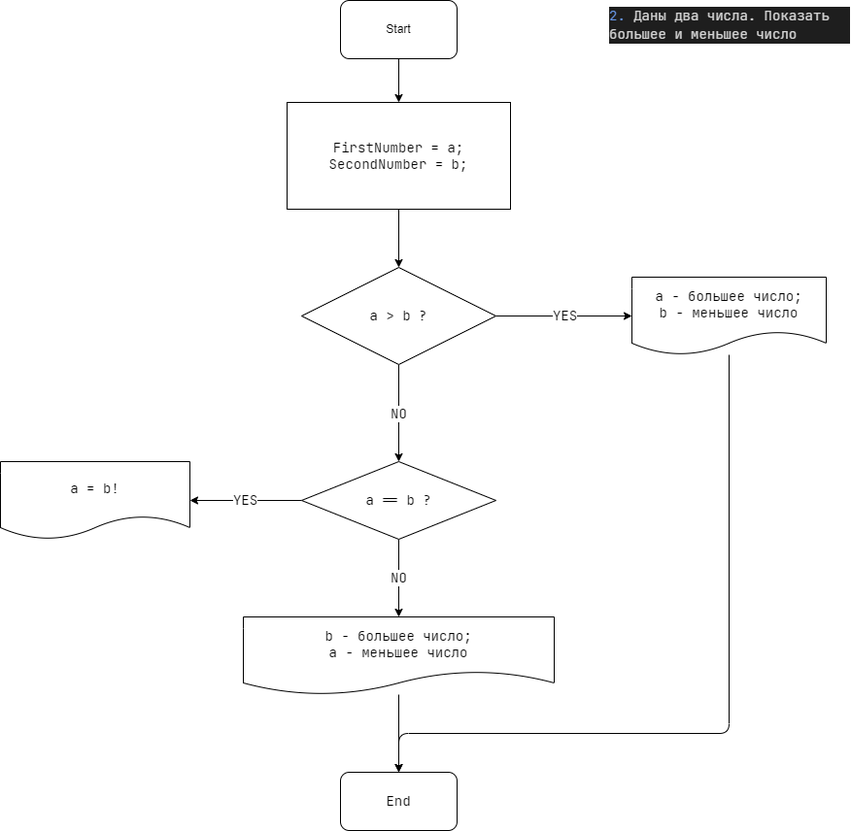
This is Csharp_seminar1/Homework/Task2_BiggerLesserNumber/Task2.drawio.png from Trofpa/ProgsCsharp, a draw.io export, as it was before one commit. Source tidied: cells renumbered, new cells last; positions are measured from the earlier drawing's top-left corner, leaving out a move shared by most shapes. Its diagram source:
```xml
<mxGraphModel>
  <root>
    <mxCell id="0" />
    <mxCell id="1" parent="0" />
    <mxCell id="2" value="&lt;div style=&quot;color: rgb(212, 212, 212); background-color: rgb(30, 30, 30); font-family: &amp;quot;jetbrains mono&amp;quot;, &amp;quot;jetbrains mono&amp;quot;, monospace, consolas, &amp;quot;courier new&amp;quot;, monospace; font-weight: normal; font-size: 14px; line-height: 19px;&quot;&gt;&lt;div&gt;&lt;span style=&quot;color: #6796e6&quot;&gt;2.&lt;/span&gt;&lt;span style=&quot;color: #d4d4d4&quot;&gt; Даны два числа. Показать большее и меньшее число&lt;/span&gt;&lt;/div&gt;&lt;/div&gt;" style="text;whiteSpace=wrap;html=1;" parent="1" vertex="1">
      <mxGeometry x="625" width="250" height="90" as="geometry" />
    </mxCell>
    <mxCell id="3" style="edgeStyle=none;html=1;fontFamily=JetBrains Mono;fontSize=14;" parent="1" edge="1" source="4" target="6">
      <mxGeometry relative="1" as="geometry" />
    </mxCell>
    <mxCell id="4" value="Start" style="rounded=1;whiteSpace=wrap;html=1;" parent="1" vertex="1">
      <mxGeometry x="350" width="120" height="60" as="geometry" />
    </mxCell>
    <mxCell id="5" style="edgeStyle=none;html=1;fontFamily=JetBrains Mono;fontSize=14;" parent="1" edge="1" source="6" target="9">
      <mxGeometry relative="1" as="geometry" />
    </mxCell>
    <mxCell id="6" value="FirstNumber = a;&lt;br&gt;SecondNumber = b;" style="rounded=0;whiteSpace=wrap;html=1;fontFamily=JetBrains Mono;fontSize=14;" parent="1" vertex="1">
      <mxGeometry x="295" y="105" width="230" height="110" as="geometry" />
    </mxCell>
    <mxCell id="7" value="YES" style="edgeStyle=none;html=1;exitX=1;exitY=0.5;exitDx=0;exitDy=0;entryX=0;entryY=0.5;entryDx=0;entryDy=0;fontFamily=JetBrains Mono;fontSize=14;" parent="1" edge="1" source="9" target="11">
      <mxGeometry relative="1" as="geometry" />
    </mxCell>
    <mxCell id="8" value="NO" style="edgeStyle=none;html=1;fontFamily=JetBrains Mono;fontSize=14;" parent="1" edge="1" source="9" target="17">
      <mxGeometry relative="1" as="geometry" />
    </mxCell>
    <mxCell id="9" value="a &amp;gt; b ?" style="rhombus;whiteSpace=wrap;html=1;fontFamily=JetBrains Mono;fontSize=14;" parent="1" vertex="1">
      <mxGeometry x="310" y="275" width="200" height="100" as="geometry" />
    </mxCell>
    <mxCell id="10" style="edgeStyle=none;html=1;fontFamily=JetBrains Mono;fontSize=14;entryX=0.5;entryY=0;entryDx=0;entryDy=0;" parent="1" edge="1" source="11" target="14">
      <mxGeometry relative="1" as="geometry">
        <Array as="points">
          <mxPoint x="750" y="755" />
          <mxPoint x="410" y="755" />
        </Array>
      </mxGeometry>
    </mxCell>
    <mxCell id="11" value="a - большее число;&lt;br&gt;b - меньшее число" style="shape=document;whiteSpace=wrap;html=1;boundedLbl=1;fontFamily=JetBrains Mono;fontSize=14;" parent="1" vertex="1">
      <mxGeometry x="650" y="285" width="200" height="80" as="geometry" />
    </mxCell>
    <mxCell id="12" style="edgeStyle=none;html=1;fontFamily=JetBrains Mono;fontSize=14;" parent="1" edge="1" source="13" target="14">
      <mxGeometry relative="1" as="geometry" />
    </mxCell>
    <mxCell id="13" value="&lt;span&gt;b - большее число;&lt;/span&gt;&lt;br&gt;&lt;span&gt;a - меньшее число&lt;/span&gt;" style="shape=document;whiteSpace=wrap;html=1;boundedLbl=1;fontFamily=JetBrains Mono;fontSize=14;" parent="1" vertex="1">
      <mxGeometry x="250" y="635" width="320" height="80" as="geometry" />
    </mxCell>
    <mxCell id="14" value="End" style="rounded=1;whiteSpace=wrap;html=1;fontFamily=JetBrains Mono;fontSize=14;" parent="1" vertex="1">
      <mxGeometry x="350" y="795" width="120" height="60" as="geometry" />
    </mxCell>
    <mxCell id="15" value="YES" style="edgeStyle=none;html=1;fontFamily=JetBrains Mono;fontSize=14;" parent="1" edge="1" source="17" target="18">
      <mxGeometry relative="1" as="geometry" />
    </mxCell>
    <mxCell id="16" value="NO" style="edgeStyle=none;html=1;fontFamily=JetBrains Mono;fontSize=14;" parent="1" edge="1" source="17" target="13">
      <mxGeometry relative="1" as="geometry" />
    </mxCell>
    <mxCell id="17" value="a == b ?" style="rhombus;whiteSpace=wrap;html=1;fontFamily=JetBrains Mono;fontSize=14;" parent="1" vertex="1">
      <mxGeometry x="310" y="475" width="200" height="80" as="geometry" />
    </mxCell>
    <mxCell id="18" value="a = b!" style="shape=document;whiteSpace=wrap;html=1;boundedLbl=1;fontFamily=JetBrains Mono;fontSize=14;" parent="1" vertex="1">
      <mxGeometry y="475" width="195" height="80" as="geometry" />
    </mxCell>
  </root>
</mxGraphModel>
```
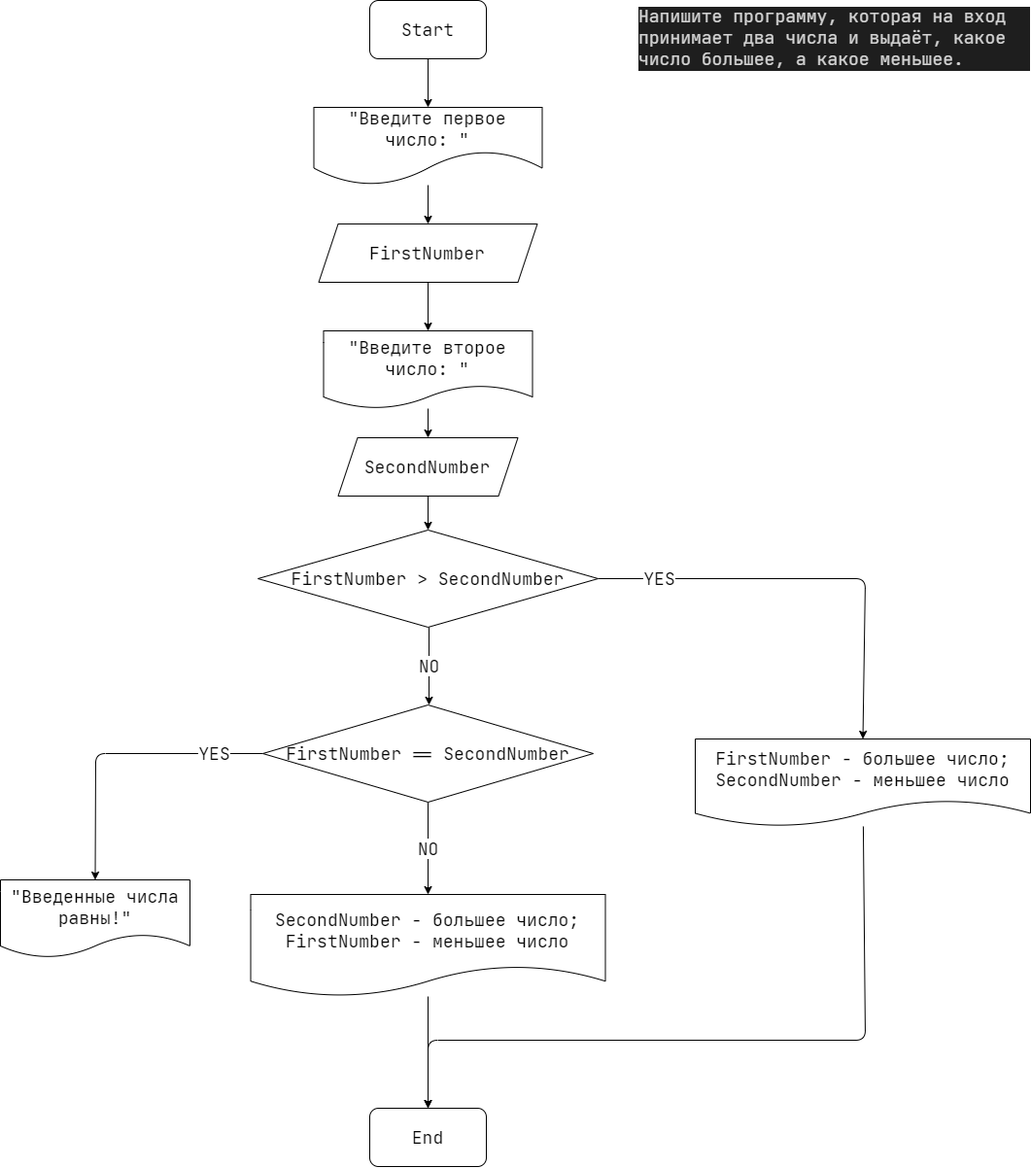
After the commit.

Commit message:
Task 2 block scheme updated

What changed in the source:
```diff
@@ -2,61 +2,91 @@
   <root>
     <mxCell id="0" />
     <mxCell id="1" parent="0" />
-    <mxCell id="2" value="&lt;div style=&quot;color: rgb(212, 212, 212); background-color: rgb(30, 30, 30); font-family: &amp;quot;jetbrains mono&amp;quot;, &amp;quot;jetbrains mono&amp;quot;, monospace, consolas, &amp;quot;courier new&amp;quot;, monospace; font-weight: normal; font-size: 14px; line-height: 19px;&quot;&gt;&lt;div&gt;&lt;span style=&quot;color: #6796e6&quot;&gt;2.&lt;/span&gt;&lt;span style=&quot;color: #d4d4d4&quot;&gt; Даны два числа. Показать большее и меньшее число&lt;/span&gt;&lt;/div&gt;&lt;/div&gt;" style="text;whiteSpace=wrap;html=1;" parent="1" vertex="1">
-      <mxGeometry x="625" width="250" height="90" as="geometry" />
+    <mxCell id="2" value="&lt;div style=&quot;color: rgb(212 , 212 , 212) ; background-color: rgb(30 , 30 , 30) ; font-family: &amp;#34;jetbrains mono&amp;#34; , &amp;#34;jetbrains mono&amp;#34; , monospace , &amp;#34;consolas&amp;#34; , &amp;#34;courier new&amp;#34; , monospace ; font-weight: normal ; line-height: 19px&quot;&gt;&lt;font style=&quot;font-size: 18px&quot;&gt;Напишите программу, которая на вход принимает два числа и выдаёт, какое число большее, а какое меньшее.&lt;/font&gt;&lt;br&gt;&lt;/div&gt;" style="text;whiteSpace=wrap;html=1;" parent="1" vertex="1">
+      <mxGeometry x="820" y="5" width="405" height="90" as="geometry" />
     </mxCell>
-    <mxCell id="3" style="edgeStyle=none;html=1;fontFamily=JetBrains Mono;fontSize=14;" parent="1" edge="1" source="4" target="6">
-      <mxGeometry relative="1" as="geometry" />
-    </mxCell>
+    <mxCell id="19" style="edgeStyle=none;html=1;" parent="1" edge="1" source="4" target="23">
+      <mxGeometry relative="1" as="geometry" />
+    </mxCell>
-    <mxCell id="4" value="Start" style="rounded=1;whiteSpace=wrap;html=1;" parent="1" vertex="1">
-      <mxGeometry x="350" width="120" height="60" as="geometry" />
+    <mxCell id="4" value="&lt;font style=&quot;font-size: 18px&quot; face=&quot;JetBrains Mono&quot;&gt;Start&lt;/font&gt;" style="rounded=1;whiteSpace=wrap;html=1;" parent="1" vertex="1">
+      <mxGeometry x="545" y="5" width="120" height="60" as="geometry" />
     </mxCell>
-    <mxCell id="5" style="edgeStyle=none;html=1;fontFamily=JetBrains Mono;fontSize=14;" parent="1" edge="1" source="6" target="9">
-      <mxGeometry relative="1" as="geometry" />
-    </mxCell>
-    <mxCell id="6" value="FirstNumber = a;&lt;br&gt;SecondNumber = b;" style="rounded=0;whiteSpace=wrap;html=1;fontFamily=JetBrains Mono;fontSize=14;" parent="1" vertex="1">
-      <mxGeometry x="295" y="105" width="230" height="110" as="geometry" />
-    </mxCell>
-    <mxCell id="7" value="YES" style="edgeStyle=none;html=1;exitX=1;exitY=0.5;exitDx=0;exitDy=0;entryX=0;entryY=0.5;entryDx=0;entryDy=0;fontFamily=JetBrains Mono;fontSize=14;" parent="1" edge="1" source="9" target="11">
-      <mxGeometry relative="1" as="geometry" />
+    <mxCell id="7" value="&lt;font style=&quot;font-size: 18px&quot;&gt;YES&lt;/font&gt;" style="edgeStyle=none;html=1;exitX=1;exitY=0.5;exitDx=0;exitDy=0;entryX=0.5;entryY=0;entryDx=0;entryDy=0;fontFamily=JetBrains Mono;fontSize=14;" parent="1" edge="1" source="9" target="11">
+      <mxGeometry x="-0.71" relative="1" as="geometry">
+        <Array as="points">
+          <mxPoint x="1055" y="600" />
+        </Array>
+      </mxGeometry>
     </mxCell>
-    <mxCell id="8" value="NO" style="edgeStyle=none;html=1;fontFamily=JetBrains Mono;fontSize=14;" parent="1" edge="1" source="9" target="17">
-      <mxGeometry relative="1" as="geometry" />
+    <mxCell id="8" value="&lt;font style=&quot;font-size: 18px&quot;&gt;NO&lt;/font&gt;" style="edgeStyle=none;html=1;fontFamily=JetBrains Mono;fontSize=14;" parent="1" edge="1">
+      <mxGeometry relative="1" as="geometry">
+        <mxPoint x="606" y="650" as="sourcePoint" />
+        <mxPoint x="606" y="730" as="targetPoint" />
+      </mxGeometry>
     </mxCell>
-    <mxCell id="9" value="a &amp;gt; b ?" style="rhombus;whiteSpace=wrap;html=1;fontFamily=JetBrains Mono;fontSize=14;" parent="1" vertex="1">
-      <mxGeometry x="310" y="275" width="200" height="100" as="geometry" />
+    <mxCell id="9" value="&lt;font style=&quot;font-size: 18px&quot;&gt;FirstNumber &amp;gt; SecondNumber&lt;/font&gt;" style="rhombus;whiteSpace=wrap;html=1;fontFamily=JetBrains Mono;fontSize=14;" parent="1" vertex="1">
+      <mxGeometry x="430" y="550" width="350" height="100" as="geometry" />
     </mxCell>
     <mxCell id="10" style="edgeStyle=none;html=1;fontFamily=JetBrains Mono;fontSize=14;entryX=0.5;entryY=0;entryDx=0;entryDy=0;" parent="1" edge="1" source="11" target="14">
       <mxGeometry relative="1" as="geometry">
         <Array as="points">
-          <mxPoint x="750" y="755" />
-          <mxPoint x="410" y="755" />
+          <mxPoint x="1055" y="1075" />
+          <mxPoint x="605" y="1075" />
         </Array>
       </mxGeometry>
     </mxCell>
-    <mxCell id="11" value="a - большее число;&lt;br&gt;b - меньшее число" style="shape=document;whiteSpace=wrap;html=1;boundedLbl=1;fontFamily=JetBrains Mono;fontSize=14;" parent="1" vertex="1">
-      <mxGeometry x="650" y="285" width="200" height="80" as="geometry" />
+    <mxCell id="11" value="&lt;font style=&quot;font-size: 18px&quot;&gt;FirstNumber - большее число;&lt;br&gt;SecondNumber - меньшее число&lt;/font&gt;" style="shape=document;whiteSpace=wrap;html=1;boundedLbl=1;fontFamily=JetBrains Mono;fontSize=14;" parent="1" vertex="1">
+      <mxGeometry x="880" y="765" width="345" height="90" as="geometry" />
     </mxCell>
     <mxCell id="12" style="edgeStyle=none;html=1;fontFamily=JetBrains Mono;fontSize=14;" parent="1" edge="1" source="13" target="14">
       <mxGeometry relative="1" as="geometry" />
     </mxCell>
-    <mxCell id="13" value="&lt;span&gt;b - большее число;&lt;/span&gt;&lt;br&gt;&lt;span&gt;a - меньшее число&lt;/span&gt;" style="shape=document;whiteSpace=wrap;html=1;boundedLbl=1;fontFamily=JetBrains Mono;fontSize=14;" parent="1" vertex="1">
-      <mxGeometry x="250" y="635" width="320" height="80" as="geometry" />
+    <mxCell id="13" value="&lt;font style=&quot;font-size: 18px&quot;&gt;SecondNumber&lt;span&gt;&amp;nbsp;- большее число;&lt;/span&gt;&lt;br&gt;FirstNumber&lt;span&gt;&amp;nbsp;- меньшее число&lt;/span&gt;&lt;/font&gt;" style="shape=document;whiteSpace=wrap;html=1;boundedLbl=1;fontFamily=JetBrains Mono;fontSize=14;" parent="1" vertex="1">
+      <mxGeometry x="422.5" y="925" width="365" height="105" as="geometry" />
     </mxCell>
-    <mxCell id="14" value="End" style="rounded=1;whiteSpace=wrap;html=1;fontFamily=JetBrains Mono;fontSize=14;" parent="1" vertex="1">
-      <mxGeometry x="350" y="795" width="120" height="60" as="geometry" />
+    <mxCell id="14" value="&lt;font style=&quot;font-size: 18px&quot;&gt;End&lt;/font&gt;" style="rounded=1;whiteSpace=wrap;html=1;fontFamily=JetBrains Mono;fontSize=14;" parent="1" vertex="1">
+      <mxGeometry x="545" y="1145" width="120" height="60" as="geometry" />
     </mxCell>
-    <mxCell id="15" value="YES" style="edgeStyle=none;html=1;fontFamily=JetBrains Mono;fontSize=14;" parent="1" edge="1" source="17" target="18">
-      <mxGeometry relative="1" as="geometry" />
+    <mxCell id="15" value="&lt;font style=&quot;font-size: 18px&quot;&gt;YES&lt;/font&gt;" style="edgeStyle=none;html=1;fontFamily=JetBrains Mono;fontSize=14;entryX=0.5;entryY=0;entryDx=0;entryDy=0;exitX=0;exitY=0.5;exitDx=0;exitDy=0;" parent="1" edge="1" source="17" target="18">
+      <mxGeometry x="-0.67" relative="1" as="geometry">
+        <Array as="points">
+          <mxPoint x="263" y="780" />
+        </Array>
+        <mxPoint x="-1" as="offset" />
+      </mxGeometry>
     </mxCell>
-    <mxCell id="16" value="NO" style="edgeStyle=none;html=1;fontFamily=JetBrains Mono;fontSize=14;" parent="1" edge="1" source="17" target="13">
+    <mxCell id="16" value="&lt;font style=&quot;font-size: 18px&quot;&gt;NO&lt;/font&gt;" style="edgeStyle=none;html=1;fontFamily=JetBrains Mono;fontSize=14;" parent="1" edge="1" source="17" target="13">
       <mxGeometry relative="1" as="geometry" />
     </mxCell>
-    <mxCell id="17" value="a == b ?" style="rhombus;whiteSpace=wrap;html=1;fontFamily=JetBrains Mono;fontSize=14;" parent="1" vertex="1">
-      <mxGeometry x="310" y="475" width="200" height="80" as="geometry" />
+    <mxCell id="17" value="&lt;font style=&quot;font-size: 18px&quot;&gt;FirstNumber&amp;nbsp;== SecondNumber&lt;/font&gt;" style="rhombus;whiteSpace=wrap;html=1;fontFamily=JetBrains Mono;fontSize=14;" parent="1" vertex="1">
+      <mxGeometry x="435" y="730" width="340" height="100" as="geometry" />
     </mxCell>
-    <mxCell id="18" value="a = b!" style="shape=document;whiteSpace=wrap;html=1;boundedLbl=1;fontFamily=JetBrains Mono;fontSize=14;" parent="1" vertex="1">
-      <mxGeometry y="475" width="195" height="80" as="geometry" />
+    <mxCell id="18" value="&lt;font style=&quot;font-size: 18px&quot;&gt;&quot;Введенные числа равны!&quot;&lt;/font&gt;" style="shape=document;whiteSpace=wrap;html=1;boundedLbl=1;fontFamily=JetBrains Mono;fontSize=14;" parent="1" vertex="1">
+      <mxGeometry x="165" y="910" width="195" height="80" as="geometry" />
     </mxCell>
+    <mxCell id="20" style="edgeStyle=none;html=1;" parent="1" edge="1" source="21" target="27">
+      <mxGeometry relative="1" as="geometry" />
+    </mxCell>
+    <mxCell id="21" value="&lt;font style=&quot;font-size: 18px&quot; face=&quot;JetBrains Mono&quot;&gt;FirstNumber&lt;/font&gt;" style="shape=parallelogram;perimeter=parallelogramPerimeter;whiteSpace=wrap;html=1;fixedSize=1;" parent="1" vertex="1">
+      <mxGeometry x="492.5" y="235" width="225" height="60" as="geometry" />
+    </mxCell>
+    <mxCell id="22" style="edgeStyle=none;html=1;" parent="1" edge="1" source="23" target="21">
+      <mxGeometry relative="1" as="geometry" />
+    </mxCell>
+    <mxCell id="23" value="&lt;font face=&quot;JetBrains Mono&quot; style=&quot;font-size: 18px&quot;&gt;&quot;Введите первое число: &quot;&lt;/font&gt;" style="shape=document;whiteSpace=wrap;html=1;boundedLbl=1;size=0.4375;" parent="1" vertex="1">
+      <mxGeometry x="487.5" y="115" width="235" height="80" as="geometry" />
+    </mxCell>
+    <mxCell id="24" style="edgeStyle=none;html=1;" parent="1" edge="1" source="25" target="9">
+      <mxGeometry relative="1" as="geometry" />
+    </mxCell>
+    <mxCell id="25" value="&lt;font style=&quot;font-size: 18px&quot; face=&quot;JetBrains Mono&quot;&gt;SecondNumber&lt;/font&gt;" style="shape=parallelogram;perimeter=parallelogramPerimeter;whiteSpace=wrap;html=1;fixedSize=1;" parent="1" vertex="1">
+      <mxGeometry x="512.5" y="455" width="185" height="60" as="geometry" />
+    </mxCell>
+    <mxCell id="26" style="edgeStyle=none;html=1;" parent="1" edge="1" source="27" target="25">
+      <mxGeometry relative="1" as="geometry" />
+    </mxCell>
+    <mxCell id="27" value="&lt;font style=&quot;font-size: 18px&quot; face=&quot;JetBrains Mono&quot;&gt;&quot;Введите второе число: &quot;&lt;/font&gt;" style="shape=document;whiteSpace=wrap;html=1;boundedLbl=1;" parent="1" vertex="1">
+      <mxGeometry x="497.5" y="345" width="215" height="80" as="geometry" />
+    </mxCell>
   </root>
 </mxGraphModel>
```
